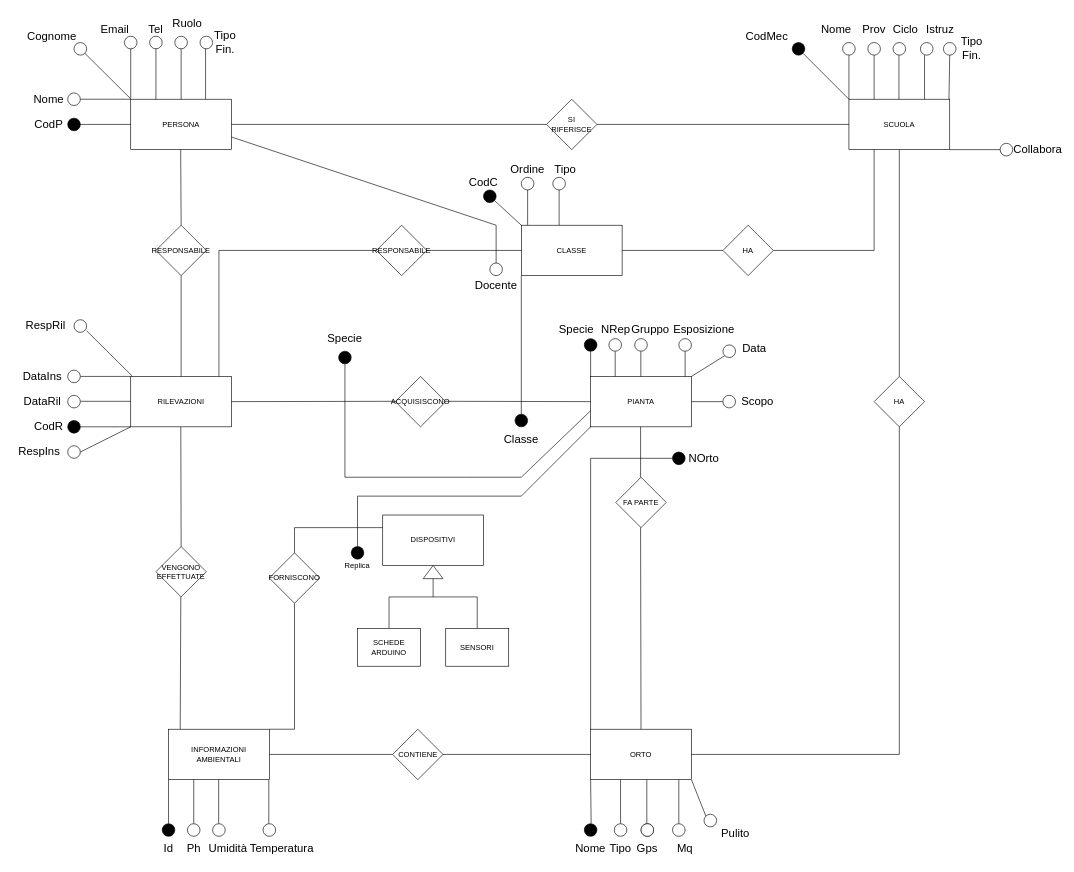
The draw.io diagram BD_ER_2023.drawio in pizzo-kyle/unige, before the edit. Source tidied: cells renumbered, new cells numbered last; positions are measured from the earlier drawing's top-left corner, leaving out a move shared by most shapes. Both pictures are drawn from the tidied source at 63%, with x=0, y=0 at pixel (11, 11).
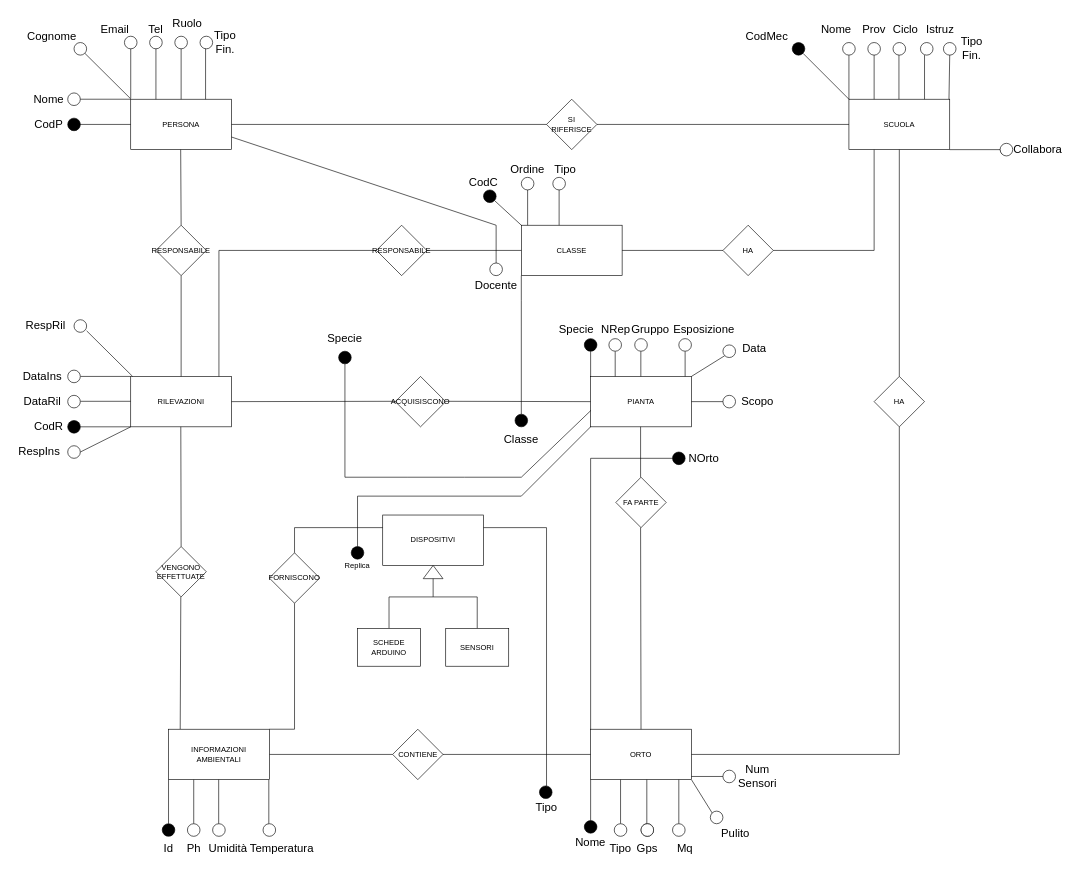
The same diagram, later.

The change refers to these unchanged cells:
```xml
<mxCell id="26" value="DISPOSITIVI" style="rounded=0;whiteSpace=wrap;html=1;" parent="1" vertex="1">
  <mxGeometry x="590" y="800" width="160" height="80" as="geometry" />
</mxCell>
```

Diff of the diagram source:
```diff
@@
     <mxCell id="137" style="ellipse;whiteSpace=wrap;html=1;fillColor=#000000;direction=south;gradientColor=none;" parent="1" vertex="1">
-      <mxGeometry x="910" y="1290" width="20" height="20" as="geometry" />
+      <mxGeometry x="838.8" y="1230" width="20" height="20" as="geometry" />
     </mxCell>
-    <mxCell id="138" style="endArrow=none;html=1;rounded=0;exitX=1;exitY=0.5;exitDx=0;exitDy=0;" parent="1" edge="1">
-      <mxGeometry relative="1" as="geometry">
-        <mxPoint x="920" y="1220" as="sourcePoint" />
-        <mxPoint x="920.8" y="1290" as="targetPoint" />
-      </mxGeometry>
-    </mxCell>
     <mxCell id="139" value="&lt;span style=&quot;font-size: 18px;&quot;&gt;Nome&lt;/span&gt;" style="text;html=1;strokeColor=none;fillColor=none;align=center;verticalAlign=middle;whiteSpace=wrap;rounded=0;" parent="1" vertex="1">
-      <mxGeometry x="890" y="1310" width="60" height="40" as="geometry" />
+      <mxGeometry x="890" y="1300" width="60" height="40" as="geometry" />
     </mxCell>
@@
     <mxCell id="150" style="ellipse;whiteSpace=wrap;html=1;fillColor=#FFFFFF;direction=south;gradientColor=none;" parent="1" vertex="1">
-      <mxGeometry x="1100" y="1275" width="20" height="20" as="geometry" />
+      <mxGeometry x="1110" y="1270" width="20" height="20" as="geometry" />
     </mxCell>
@@
+    <mxCell id="180" style="endArrow=none;html=1;rounded=0;entryX=1;entryY=0.25;entryDx=0;entryDy=0;" parent="1" edge="1" target="26">
+      <mxGeometry relative="1" as="geometry">
+        <mxPoint x="850" y="1230" as="sourcePoint" />
+        <Array as="points">
+          <mxPoint x="850" y="820" />
+        </Array>
+      </mxGeometry>
+    </mxCell>
+    <mxCell id="181" value="&lt;span style=&quot;font-size: 18px;&quot;&gt;Tipo&lt;/span&gt;" style="text;html=1;strokeColor=none;fillColor=none;align=center;verticalAlign=middle;whiteSpace=wrap;rounded=0;" parent="1" vertex="1">
+      <mxGeometry x="820" y="1245" width="60" height="40" as="geometry" />
+    </mxCell>
+    <mxCell id="182" style="ellipse;whiteSpace=wrap;html=1;fillColor=#FFFFFF;direction=south;gradientColor=none;" parent="1" vertex="1">
+      <mxGeometry x="1130" y="1205" width="20" height="20" as="geometry" />
+    </mxCell>
+    <mxCell id="183" value="&lt;span style=&quot;font-size: 18px;&quot;&gt;Num Sensori&lt;/span&gt;" style="text;html=1;strokeColor=none;fillColor=none;align=center;verticalAlign=middle;whiteSpace=wrap;rounded=0;" parent="1" vertex="1">
+      <mxGeometry x="1160" y="1200" width="50" height="30" as="geometry" />
+    </mxCell>
+    <mxCell id="184" style="endArrow=none;html=1;rounded=0;exitX=1;exitY=1;exitDx=0;exitDy=0;" parent="1" edge="1">
+      <mxGeometry relative="1" as="geometry">
+        <mxPoint x="1080" y="1215" as="sourcePoint" />
+        <mxPoint x="1130" y="1215" as="targetPoint" />
+      </mxGeometry>
+    </mxCell>
+    <mxCell id="185" style="endArrow=none;html=1;rounded=0;exitX=1;exitY=0.5;exitDx=0;exitDy=0;" parent="1" edge="1" target="186">
+      <mxGeometry relative="1" as="geometry">
+        <mxPoint x="920" y="1220" as="sourcePoint" />
+      </mxGeometry>
+    </mxCell>
+    <mxCell id="186" style="ellipse;whiteSpace=wrap;html=1;fillColor=#000000;direction=south;gradientColor=none;" parent="1" vertex="1">
+      <mxGeometry x="910" y="1285" width="20" height="20" as="geometry" />
+    </mxCell>
```
